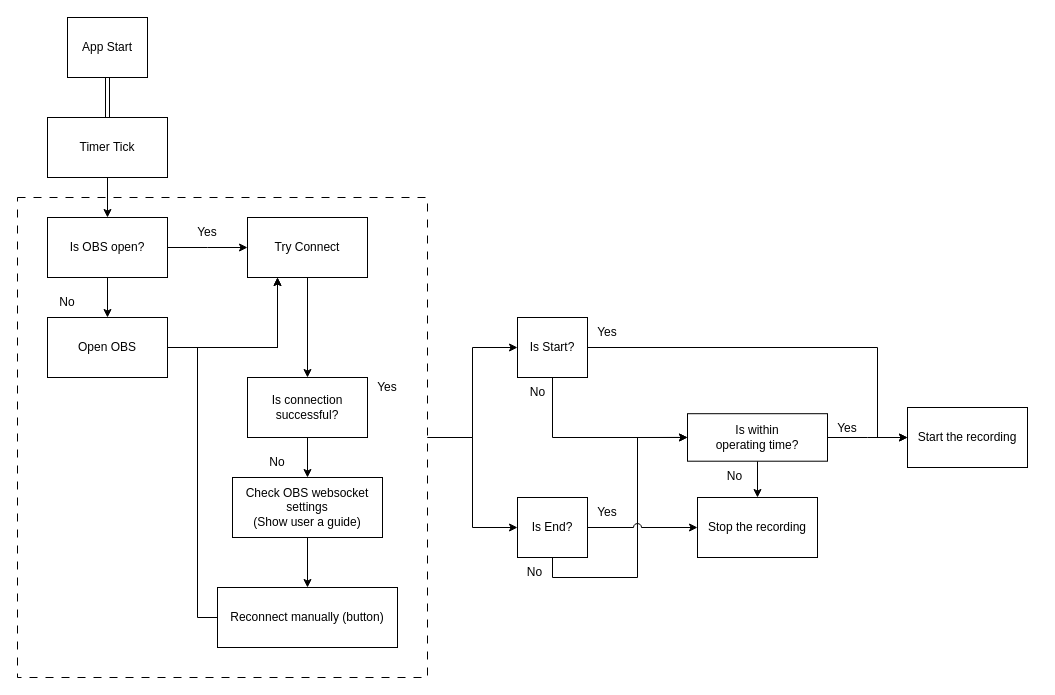
reddvid/RPNTrafficControl keeps this draw.io diagram as Untitled Diagram.drawio. Above is the earlier version. Source tidied: cells renumbered, new cells numbered last; positions are measured from the earlier drawing's top-left corner, leaving out a move shared by most shapes. Both pictures are drawn from the tidied source at 100%, with x=0, y=0 at pixel (17, 17).
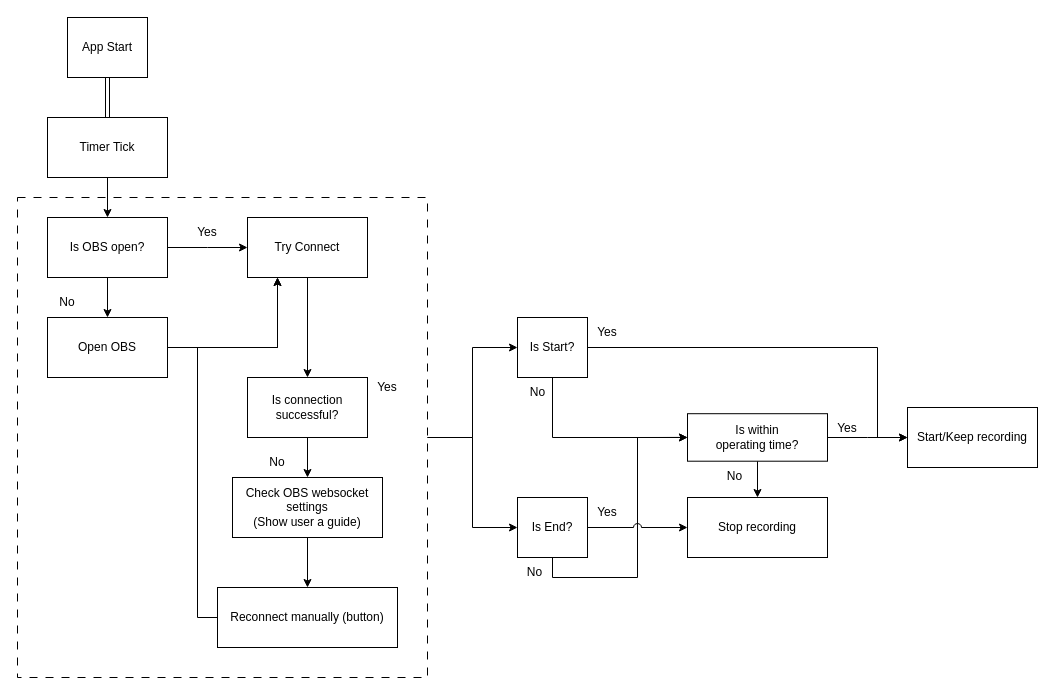
Above is the later version.

The edit, as a diff of the source:
```diff
@@
-    <mxCell id="31" value="Stop the recording" style="rounded=0;whiteSpace=wrap;html=1;" parent="1" vertex="1">
-      <mxGeometry x="680" y="480" width="120" height="60" as="geometry" />
+    <mxCell id="31" value="Stop recording" style="rounded=0;whiteSpace=wrap;html=1;" parent="1" vertex="1">
+      <mxGeometry x="670" y="480" width="140" height="60" as="geometry" />
     </mxCell>
@@
-    <mxCell id="38" value="Start the recording" style="rounded=0;whiteSpace=wrap;html=1;" parent="1" vertex="1">
-      <mxGeometry x="890" y="390" width="120" height="60" as="geometry" />
+    <mxCell id="38" value="Start/Keep recording" style="rounded=0;whiteSpace=wrap;html=1;" parent="1" vertex="1">
+      <mxGeometry x="890" y="390" width="130" height="60" as="geometry" />
     </mxCell>
```
